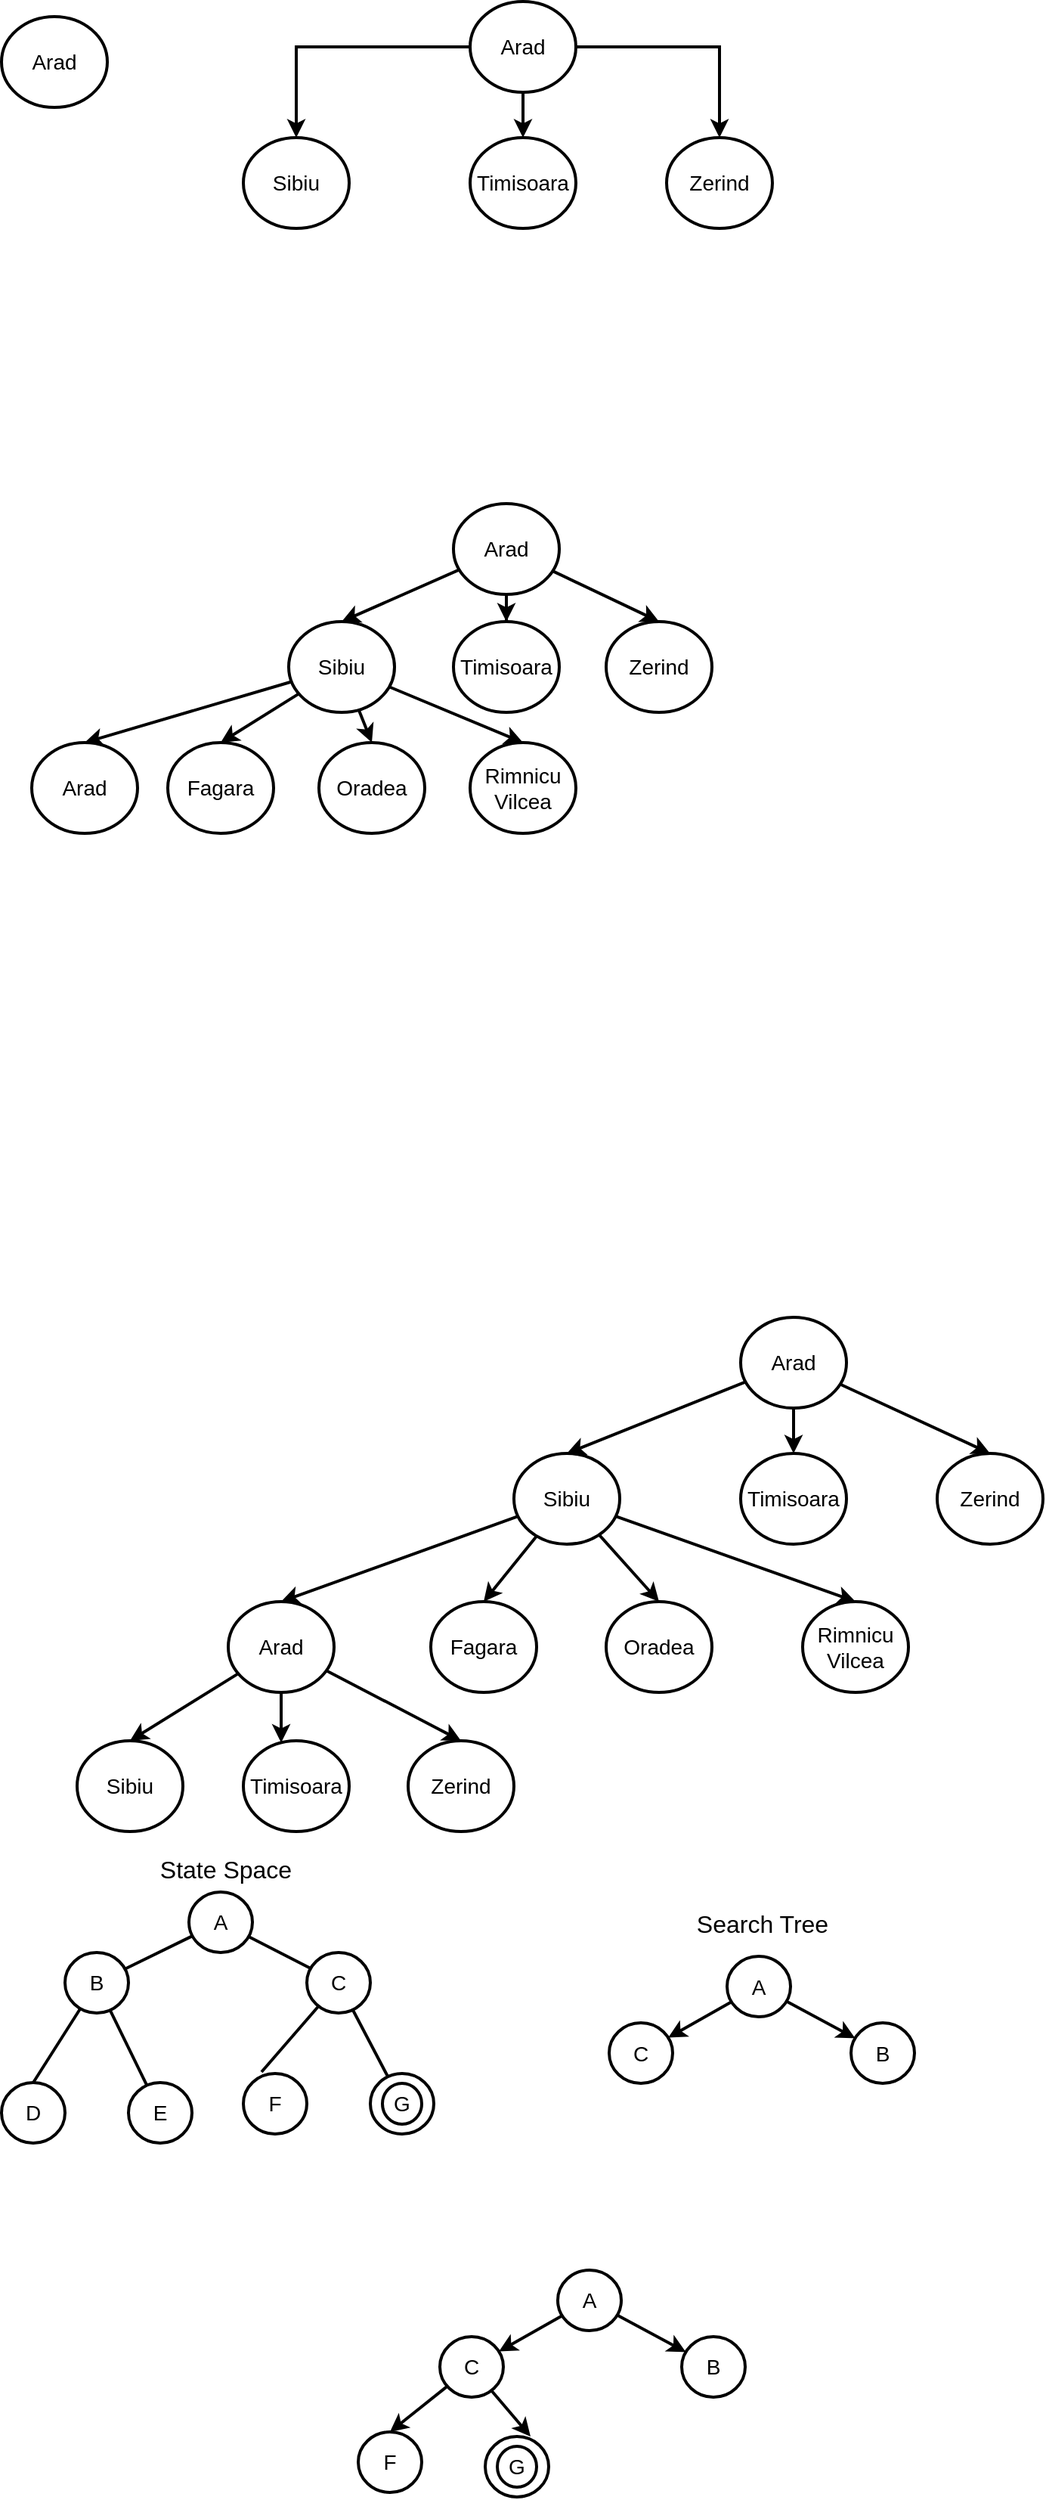
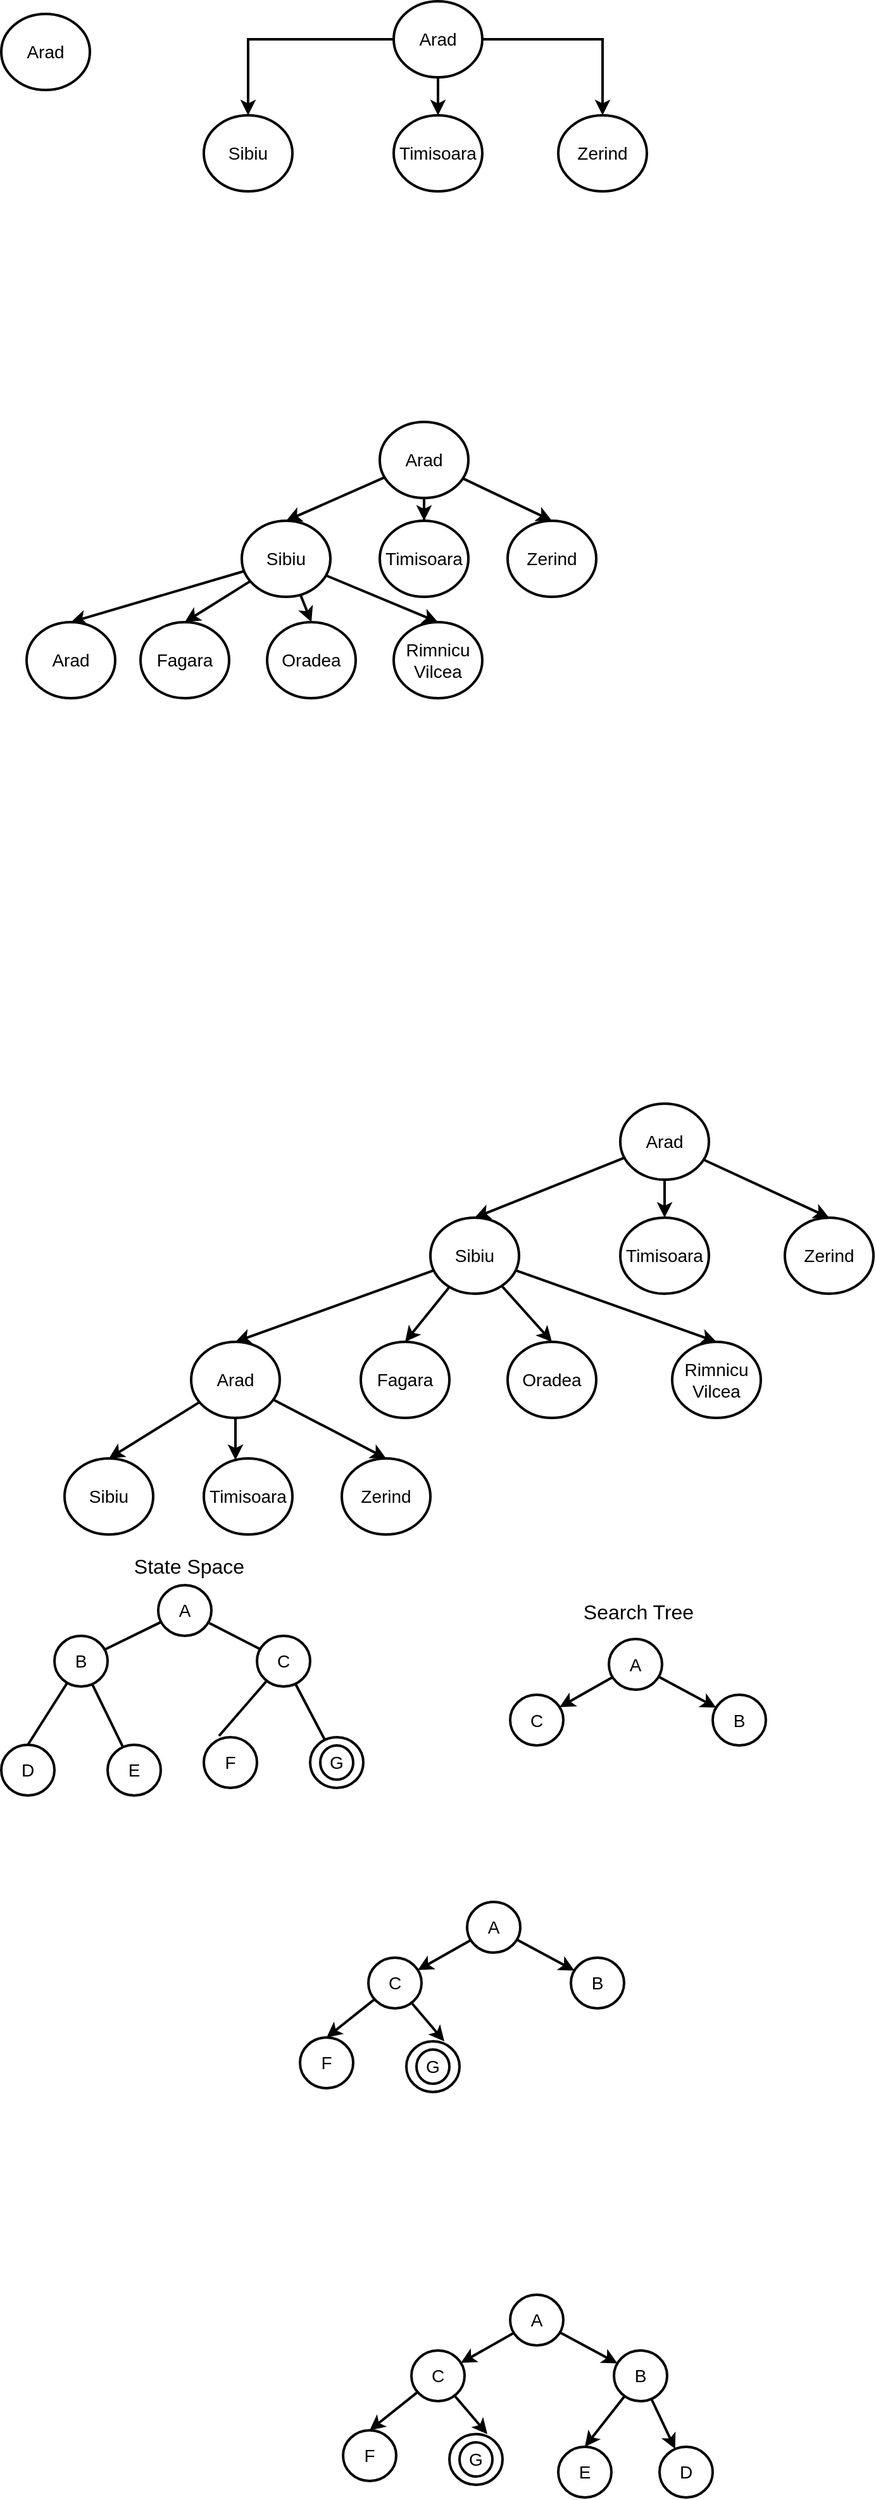
<mxfile host="app.diagrams.net">
  <diagram name="Page-1" id="BSzVWueWxRZ0f2yqvMc-">
    <mxGraphModel dx="525" dy="281" grid="1" gridSize="10" guides="0" tooltips="1" connect="1" arrows="1" fold="1" page="1" pageScale="1" pageWidth="850" pageHeight="1100" math="0" shadow="0">
      <root>
        <mxCell id="0" />
        <mxCell id="1" parent="0" />
        <mxCell id="DJkdPokyCSNuBn839fvl-1" parent="1" style="ellipse;whiteSpace=wrap;html=1;strokeWidth=2;fontSize=14;" value="Arad" vertex="1">
          <mxGeometry height="60" width="70" x="80" y="40" as="geometry" />
        </mxCell>
        <mxCell id="DJkdPokyCSNuBn839fvl-6" edge="1" parent="1" source="DJkdPokyCSNuBn839fvl-2" style="edgeStyle=orthogonalEdgeStyle;rounded=0;orthogonalLoop=1;jettySize=auto;html=1;entryX=0.5;entryY=0;entryDx=0;entryDy=0;strokeWidth=2;" target="DJkdPokyCSNuBn839fvl-3">
          <mxGeometry relative="1" as="geometry" />
        </mxCell>
        <mxCell id="DJkdPokyCSNuBn839fvl-7" edge="1" parent="1" source="DJkdPokyCSNuBn839fvl-2" style="edgeStyle=orthogonalEdgeStyle;rounded=0;orthogonalLoop=1;jettySize=auto;html=1;strokeWidth=2;" target="DJkdPokyCSNuBn839fvl-4" value="">
          <mxGeometry relative="1" as="geometry" />
        </mxCell>
        <mxCell id="DJkdPokyCSNuBn839fvl-8" edge="1" parent="1" source="DJkdPokyCSNuBn839fvl-2" style="edgeStyle=orthogonalEdgeStyle;rounded=0;orthogonalLoop=1;jettySize=auto;html=1;entryX=0.5;entryY=0;entryDx=0;entryDy=0;strokeWidth=2;" target="DJkdPokyCSNuBn839fvl-5">
          <mxGeometry relative="1" as="geometry" />
        </mxCell>
        <mxCell id="DJkdPokyCSNuBn839fvl-2" parent="1" style="ellipse;whiteSpace=wrap;html=1;strokeWidth=2;fontSize=14;" value="Arad" vertex="1">
          <mxGeometry height="60" width="70" x="390" y="30" as="geometry" />
        </mxCell>
        <mxCell id="DJkdPokyCSNuBn839fvl-3" parent="1" style="ellipse;whiteSpace=wrap;html=1;strokeWidth=2;fontSize=14;" value="Sibiu" vertex="1">
          <mxGeometry height="60" width="70" x="240" y="120" as="geometry" />
        </mxCell>
        <mxCell id="DJkdPokyCSNuBn839fvl-4" parent="1" style="ellipse;whiteSpace=wrap;html=1;strokeWidth=2;fontSize=14;" value="Timisoara" vertex="1">
          <mxGeometry height="60" width="70" x="390" y="120" as="geometry" />
        </mxCell>
        <mxCell id="DJkdPokyCSNuBn839fvl-5" parent="1" style="ellipse;whiteSpace=wrap;html=1;strokeWidth=2;fontSize=14;" value="Zerind" vertex="1">
          <mxGeometry height="60" width="70" x="520" y="120" as="geometry" />
        </mxCell>
        <mxCell id="DJkdPokyCSNuBn839fvl-9" edge="1" parent="1" source="DJkdPokyCSNuBn839fvl-12" style="rounded=0;orthogonalLoop=1;jettySize=auto;html=1;entryX=0.5;entryY=0;entryDx=0;entryDy=0;strokeWidth=2;" target="DJkdPokyCSNuBn839fvl-13">
          <mxGeometry relative="1" as="geometry" />
        </mxCell>
        <mxCell id="DJkdPokyCSNuBn839fvl-10" edge="1" parent="1" source="DJkdPokyCSNuBn839fvl-12" style="edgeStyle=orthogonalEdgeStyle;rounded=0;orthogonalLoop=1;jettySize=auto;html=1;strokeWidth=2;" target="DJkdPokyCSNuBn839fvl-14" value="">
          <mxGeometry relative="1" as="geometry" />
        </mxCell>
        <mxCell id="DJkdPokyCSNuBn839fvl-11" edge="1" parent="1" source="DJkdPokyCSNuBn839fvl-12" style="rounded=0;orthogonalLoop=1;jettySize=auto;html=1;entryX=0.5;entryY=0;entryDx=0;entryDy=0;strokeWidth=2;" target="DJkdPokyCSNuBn839fvl-15">
          <mxGeometry relative="1" as="geometry" />
        </mxCell>
        <mxCell id="DJkdPokyCSNuBn839fvl-12" parent="1" style="ellipse;whiteSpace=wrap;html=1;strokeWidth=2;fontSize=14;" value="Arad" vertex="1">
          <mxGeometry height="60" width="70" x="379" y="362" as="geometry" />
        </mxCell>
        <mxCell id="DJkdPokyCSNuBn839fvl-20" edge="1" parent="1" source="DJkdPokyCSNuBn839fvl-13" style="rounded=0;orthogonalLoop=1;jettySize=auto;html=1;entryX=0.5;entryY=0;entryDx=0;entryDy=0;strokeWidth=2;" target="DJkdPokyCSNuBn839fvl-16">
          <mxGeometry relative="1" as="geometry" />
        </mxCell>
        <mxCell id="DJkdPokyCSNuBn839fvl-22" edge="1" parent="1" source="DJkdPokyCSNuBn839fvl-13" style="rounded=0;orthogonalLoop=1;jettySize=auto;html=1;entryX=0.5;entryY=0;entryDx=0;entryDy=0;strokeWidth=2;" target="DJkdPokyCSNuBn839fvl-17">
          <mxGeometry relative="1" as="geometry" />
        </mxCell>
        <mxCell id="DJkdPokyCSNuBn839fvl-25" edge="1" parent="1" source="DJkdPokyCSNuBn839fvl-13" style="rounded=0;orthogonalLoop=1;jettySize=auto;html=1;entryX=0.5;entryY=0;entryDx=0;entryDy=0;strokeWidth=2;" target="DJkdPokyCSNuBn839fvl-19">
          <mxGeometry relative="1" as="geometry" />
        </mxCell>
        <mxCell id="DJkdPokyCSNuBn839fvl-26" edge="1" parent="1" source="DJkdPokyCSNuBn839fvl-13" style="rounded=0;orthogonalLoop=1;jettySize=auto;html=1;entryX=0.5;entryY=0;entryDx=0;entryDy=0;strokeWidth=2;" target="DJkdPokyCSNuBn839fvl-18">
          <mxGeometry relative="1" as="geometry" />
        </mxCell>
        <mxCell id="DJkdPokyCSNuBn839fvl-13" parent="1" style="ellipse;whiteSpace=wrap;html=1;strokeWidth=2;fontSize=14;" value="Sibiu" vertex="1">
          <mxGeometry height="60" width="70" x="270" y="440" as="geometry" />
        </mxCell>
        <mxCell id="DJkdPokyCSNuBn839fvl-14" parent="1" style="ellipse;whiteSpace=wrap;html=1;strokeWidth=2;fontSize=14;" value="Timisoara" vertex="1">
          <mxGeometry height="60" width="70" x="379" y="440" as="geometry" />
        </mxCell>
        <mxCell id="DJkdPokyCSNuBn839fvl-15" parent="1" style="ellipse;whiteSpace=wrap;html=1;strokeWidth=2;fontSize=14;" value="Zerind" vertex="1">
          <mxGeometry height="60" width="70" x="480" y="440" as="geometry" />
        </mxCell>
        <mxCell id="DJkdPokyCSNuBn839fvl-16" parent="1" style="ellipse;whiteSpace=wrap;html=1;strokeWidth=2;fontSize=14;" value="Arad" vertex="1">
          <mxGeometry height="60" width="70" x="100" y="520" as="geometry" />
        </mxCell>
        <mxCell id="DJkdPokyCSNuBn839fvl-17" parent="1" style="ellipse;whiteSpace=wrap;html=1;strokeWidth=2;fontSize=14;" value="Fagara" vertex="1">
          <mxGeometry height="60" width="70" x="190" y="520" as="geometry" />
        </mxCell>
        <mxCell id="DJkdPokyCSNuBn839fvl-18" parent="1" style="ellipse;whiteSpace=wrap;html=1;strokeWidth=2;fontSize=14;" value="Oradea" vertex="1">
          <mxGeometry height="60" width="70" x="290" y="520" as="geometry" />
        </mxCell>
        <mxCell id="DJkdPokyCSNuBn839fvl-19" parent="1" style="ellipse;whiteSpace=wrap;html=1;strokeWidth=2;fontSize=14;" value="Rimnicu Vilcea" vertex="1">
          <mxGeometry height="60" width="70" x="390" y="520" as="geometry" />
        </mxCell>
        <mxCell id="DJkdPokyCSNuBn839fvl-27" edge="1" parent="1" source="DJkdPokyCSNuBn839fvl-30" style="rounded=0;orthogonalLoop=1;jettySize=auto;html=1;entryX=0.5;entryY=0;entryDx=0;entryDy=0;strokeWidth=2;" target="DJkdPokyCSNuBn839fvl-35">
          <mxGeometry relative="1" as="geometry" />
        </mxCell>
        <mxCell id="DJkdPokyCSNuBn839fvl-28" edge="1" parent="1" source="DJkdPokyCSNuBn839fvl-30" style="edgeStyle=orthogonalEdgeStyle;rounded=0;orthogonalLoop=1;jettySize=auto;html=1;strokeWidth=2;" target="DJkdPokyCSNuBn839fvl-36" value="">
          <mxGeometry relative="1" as="geometry" />
        </mxCell>
        <mxCell id="DJkdPokyCSNuBn839fvl-29" edge="1" parent="1" source="DJkdPokyCSNuBn839fvl-30" style="rounded=0;orthogonalLoop=1;jettySize=auto;html=1;entryX=0.5;entryY=0;entryDx=0;entryDy=0;strokeWidth=2;" target="DJkdPokyCSNuBn839fvl-37">
          <mxGeometry relative="1" as="geometry" />
        </mxCell>
        <mxCell id="DJkdPokyCSNuBn839fvl-30" parent="1" style="ellipse;whiteSpace=wrap;html=1;strokeWidth=2;fontSize=14;" value="Arad" vertex="1">
          <mxGeometry height="60" width="70" x="569" y="900" as="geometry" />
        </mxCell>
        <mxCell id="DJkdPokyCSNuBn839fvl-31" edge="1" parent="1" source="DJkdPokyCSNuBn839fvl-35" style="rounded=0;orthogonalLoop=1;jettySize=auto;html=1;entryX=0.5;entryY=0;entryDx=0;entryDy=0;strokeWidth=2;" target="DJkdPokyCSNuBn839fvl-38">
          <mxGeometry relative="1" as="geometry" />
        </mxCell>
        <mxCell id="DJkdPokyCSNuBn839fvl-32" edge="1" parent="1" source="DJkdPokyCSNuBn839fvl-35" style="rounded=0;orthogonalLoop=1;jettySize=auto;html=1;entryX=0.5;entryY=0;entryDx=0;entryDy=0;strokeWidth=2;" target="DJkdPokyCSNuBn839fvl-39">
          <mxGeometry relative="1" as="geometry" />
        </mxCell>
        <mxCell id="DJkdPokyCSNuBn839fvl-33" edge="1" parent="1" source="DJkdPokyCSNuBn839fvl-35" style="rounded=0;orthogonalLoop=1;jettySize=auto;html=1;entryX=0.5;entryY=0;entryDx=0;entryDy=0;strokeWidth=2;" target="DJkdPokyCSNuBn839fvl-41">
          <mxGeometry relative="1" as="geometry" />
        </mxCell>
        <mxCell id="DJkdPokyCSNuBn839fvl-34" edge="1" parent="1" source="DJkdPokyCSNuBn839fvl-35" style="rounded=0;orthogonalLoop=1;jettySize=auto;html=1;entryX=0.5;entryY=0;entryDx=0;entryDy=0;strokeWidth=2;" target="DJkdPokyCSNuBn839fvl-40">
          <mxGeometry relative="1" as="geometry" />
        </mxCell>
        <mxCell id="DJkdPokyCSNuBn839fvl-35" parent="1" style="ellipse;whiteSpace=wrap;html=1;strokeWidth=2;fontSize=14;" value="Sibiu" vertex="1">
          <mxGeometry height="60" width="70" x="419" y="990" as="geometry" />
        </mxCell>
        <mxCell id="DJkdPokyCSNuBn839fvl-36" parent="1" style="ellipse;whiteSpace=wrap;html=1;strokeWidth=2;fontSize=14;" value="Timisoara" vertex="1">
          <mxGeometry height="60" width="70" x="569" y="990" as="geometry" />
        </mxCell>
        <mxCell id="DJkdPokyCSNuBn839fvl-37" parent="1" style="ellipse;whiteSpace=wrap;html=1;strokeWidth=2;fontSize=14;" value="Zerind" vertex="1">
          <mxGeometry height="60" width="70" x="699" y="990" as="geometry" />
        </mxCell>
        <mxCell id="DJkdPokyCSNuBn839fvl-45" edge="1" parent="1" source="DJkdPokyCSNuBn839fvl-38" style="rounded=0;orthogonalLoop=1;jettySize=auto;html=1;entryX=0.5;entryY=0;entryDx=0;entryDy=0;strokeWidth=2;" target="DJkdPokyCSNuBn839fvl-42">
          <mxGeometry relative="1" as="geometry" />
        </mxCell>
        <mxCell id="DJkdPokyCSNuBn839fvl-46" edge="1" parent="1" source="DJkdPokyCSNuBn839fvl-38" style="edgeStyle=orthogonalEdgeStyle;rounded=0;orthogonalLoop=1;jettySize=auto;html=1;strokeWidth=2;" target="DJkdPokyCSNuBn839fvl-43" value="">
          <mxGeometry relative="1" as="geometry">
            <Array as="points">
              <mxPoint x="265" y="1190" />
              <mxPoint x="265" y="1190" />
            </Array>
          </mxGeometry>
        </mxCell>
        <mxCell id="DJkdPokyCSNuBn839fvl-47" edge="1" parent="1" source="DJkdPokyCSNuBn839fvl-38" style="rounded=0;orthogonalLoop=1;jettySize=auto;html=1;entryX=0.5;entryY=0;entryDx=0;entryDy=0;strokeWidth=2;" target="DJkdPokyCSNuBn839fvl-44">
          <mxGeometry relative="1" as="geometry" />
        </mxCell>
        <mxCell id="DJkdPokyCSNuBn839fvl-38" parent="1" style="ellipse;whiteSpace=wrap;html=1;strokeWidth=2;fontSize=14;" value="Arad" vertex="1">
          <mxGeometry height="60" width="70" x="230" y="1088" as="geometry" />
        </mxCell>
        <mxCell id="DJkdPokyCSNuBn839fvl-39" parent="1" style="ellipse;whiteSpace=wrap;html=1;strokeWidth=2;fontSize=14;" value="Fagara" vertex="1">
          <mxGeometry height="60" width="70" x="364" y="1088" as="geometry" />
        </mxCell>
        <mxCell id="DJkdPokyCSNuBn839fvl-40" parent="1" style="ellipse;whiteSpace=wrap;html=1;strokeWidth=2;fontSize=14;" value="Oradea" vertex="1">
          <mxGeometry height="60" width="70" x="480" y="1088" as="geometry" />
        </mxCell>
        <mxCell id="DJkdPokyCSNuBn839fvl-41" parent="1" style="ellipse;whiteSpace=wrap;html=1;strokeWidth=2;fontSize=14;" value="Rimnicu Vilcea" vertex="1">
          <mxGeometry height="60" width="70" x="610" y="1088" as="geometry" />
        </mxCell>
        <mxCell id="DJkdPokyCSNuBn839fvl-42" parent="1" style="ellipse;whiteSpace=wrap;html=1;strokeWidth=2;fontSize=14;" value="Sibiu" vertex="1">
          <mxGeometry height="60" width="70" x="130" y="1180" as="geometry" />
        </mxCell>
        <mxCell id="DJkdPokyCSNuBn839fvl-43" parent="1" style="ellipse;whiteSpace=wrap;html=1;strokeWidth=2;fontSize=14;" value="Timisoara" vertex="1">
          <mxGeometry height="60" width="70" x="240" y="1180" as="geometry" />
        </mxCell>
        <mxCell id="DJkdPokyCSNuBn839fvl-44" parent="1" style="ellipse;whiteSpace=wrap;html=1;strokeWidth=2;fontSize=14;" value="Zerind" vertex="1">
          <mxGeometry height="60" width="70" x="349" y="1180" as="geometry" />
        </mxCell>
        <mxCell id="3aDSpglnKRdrbF7ndWlJ-9" edge="1" parent="1" source="3aDSpglnKRdrbF7ndWlJ-1" style="rounded=0;orthogonalLoop=1;jettySize=auto;html=1;strokeWidth=2;endArrow=none;endFill=0;" target="3aDSpglnKRdrbF7ndWlJ-2" value="">
          <mxGeometry relative="1" as="geometry" />
        </mxCell>
        <mxCell id="3aDSpglnKRdrbF7ndWlJ-10" edge="1" parent="1" source="3aDSpglnKRdrbF7ndWlJ-1" style="rounded=0;orthogonalLoop=1;jettySize=auto;html=1;strokeWidth=2;endArrow=none;endFill=0;" target="3aDSpglnKRdrbF7ndWlJ-3" value="">
          <mxGeometry relative="1" as="geometry" />
        </mxCell>
        <mxCell id="3aDSpglnKRdrbF7ndWlJ-1" parent="1" style="ellipse;whiteSpace=wrap;html=1;strokeWidth=2;fontSize=14;" value="A" vertex="1">
          <mxGeometry height="40" width="42" x="204" y="1280" as="geometry" />
        </mxCell>
        <mxCell id="3aDSpglnKRdrbF7ndWlJ-11" edge="1" parent="1" source="3aDSpglnKRdrbF7ndWlJ-2" style="rounded=0;orthogonalLoop=1;jettySize=auto;html=1;strokeWidth=2;endArrow=none;endFill=0;" target="3aDSpglnKRdrbF7ndWlJ-6" value="">
          <mxGeometry relative="1" as="geometry" />
        </mxCell>
        <mxCell id="3aDSpglnKRdrbF7ndWlJ-13" edge="1" parent="1" source="3aDSpglnKRdrbF7ndWlJ-2" style="rounded=0;orthogonalLoop=1;jettySize=auto;html=1;entryX=0.5;entryY=0;entryDx=0;entryDy=0;strokeWidth=2;endArrow=none;endFill=0;" target="3aDSpglnKRdrbF7ndWlJ-5">
          <mxGeometry relative="1" as="geometry" />
        </mxCell>
        <mxCell id="3aDSpglnKRdrbF7ndWlJ-2" parent="1" style="ellipse;whiteSpace=wrap;html=1;strokeWidth=2;fontSize=14;" value="B" vertex="1">
          <mxGeometry height="40" width="42" x="122" y="1320" as="geometry" />
        </mxCell>
        <mxCell id="3aDSpglnKRdrbF7ndWlJ-14" edge="1" parent="1" source="3aDSpglnKRdrbF7ndWlJ-3" style="rounded=0;orthogonalLoop=1;jettySize=auto;html=1;strokeWidth=2;endArrow=none;endFill=0;" target="3aDSpglnKRdrbF7ndWlJ-7" value="">
          <mxGeometry relative="1" as="geometry" />
        </mxCell>
        <mxCell id="3aDSpglnKRdrbF7ndWlJ-3" parent="1" style="ellipse;whiteSpace=wrap;html=1;strokeWidth=2;fontSize=14;" value="C" vertex="1">
          <mxGeometry height="40" width="42" x="282" y="1320" as="geometry" />
        </mxCell>
        <mxCell id="3aDSpglnKRdrbF7ndWlJ-4" parent="1" style="ellipse;whiteSpace=wrap;html=1;strokeWidth=2;fontSize=14;" value="F" vertex="1">
          <mxGeometry height="40" width="42" x="240" y="1400" as="geometry" />
        </mxCell>
        <mxCell id="3aDSpglnKRdrbF7ndWlJ-5" parent="1" style="ellipse;whiteSpace=wrap;html=1;strokeWidth=2;fontSize=14;" value="D" vertex="1">
          <mxGeometry height="40" width="42" x="80" y="1406" as="geometry" />
        </mxCell>
        <mxCell id="3aDSpglnKRdrbF7ndWlJ-6" parent="1" style="ellipse;whiteSpace=wrap;html=1;strokeWidth=2;fontSize=14;" value="E" vertex="1">
          <mxGeometry height="40" width="42" x="164" y="1406" as="geometry" />
        </mxCell>
        <mxCell id="3aDSpglnKRdrbF7ndWlJ-7" parent="1" style="ellipse;whiteSpace=wrap;html=1;strokeWidth=2;fontSize=14;" value="" vertex="1">
          <mxGeometry height="40" width="42" x="324" y="1400" as="geometry" />
        </mxCell>
        <mxCell id="3aDSpglnKRdrbF7ndWlJ-15" edge="1" parent="1" source="3aDSpglnKRdrbF7ndWlJ-3" style="rounded=0;orthogonalLoop=1;jettySize=auto;html=1;entryX=0.286;entryY=-0.025;entryDx=0;entryDy=0;entryPerimeter=0;strokeWidth=2;endArrow=none;endFill=0;" target="3aDSpglnKRdrbF7ndWlJ-4">
          <mxGeometry relative="1" as="geometry" />
        </mxCell>
        <mxCell id="3aDSpglnKRdrbF7ndWlJ-16" parent="1" style="text;html=1;whiteSpace=wrap;strokeColor=none;fillColor=none;align=center;verticalAlign=middle;rounded=0;fontSize=16;" value="State Space" vertex="1">
          <mxGeometry height="30" width="95" x="181" y="1250" as="geometry" />
        </mxCell>
        <mxCell id="3aDSpglnKRdrbF7ndWlJ-17" parent="1" style="ellipse;whiteSpace=wrap;html=1;strokeWidth=2;fontSize=14;" value="G" vertex="1">
          <mxGeometry height="27" width="26" x="332" y="1406.5" as="geometry" />
        </mxCell>
        <mxCell id="3aDSpglnKRdrbF7ndWlJ-22" edge="1" parent="1" source="3aDSpglnKRdrbF7ndWlJ-18" style="rounded=0;orthogonalLoop=1;jettySize=auto;html=1;strokeWidth=2;" target="3aDSpglnKRdrbF7ndWlJ-20" value="">
          <mxGeometry relative="1" as="geometry" />
        </mxCell>
        <mxCell id="3aDSpglnKRdrbF7ndWlJ-23" edge="1" parent="1" source="3aDSpglnKRdrbF7ndWlJ-18" style="rounded=0;orthogonalLoop=1;jettySize=auto;html=1;strokeWidth=2;" target="3aDSpglnKRdrbF7ndWlJ-21" value="">
          <mxGeometry relative="1" as="geometry" />
        </mxCell>
        <mxCell id="3aDSpglnKRdrbF7ndWlJ-18" parent="1" style="ellipse;whiteSpace=wrap;html=1;strokeWidth=2;fontSize=14;" value="A" vertex="1">
          <mxGeometry height="40" width="42" x="560" y="1322.5" as="geometry" />
        </mxCell>
        <mxCell id="3aDSpglnKRdrbF7ndWlJ-19" parent="1" style="text;html=1;whiteSpace=wrap;strokeColor=none;fillColor=none;align=center;verticalAlign=middle;rounded=0;fontSize=16;" value="Search Tree" vertex="1">
          <mxGeometry height="30" width="95" x="535.5" y="1285.5" as="geometry" />
        </mxCell>
        <mxCell id="3aDSpglnKRdrbF7ndWlJ-20" parent="1" style="ellipse;whiteSpace=wrap;html=1;strokeWidth=2;fontSize=14;" value="C" vertex="1">
          <mxGeometry height="40" width="42" x="482" y="1366.5" as="geometry" />
        </mxCell>
        <mxCell id="3aDSpglnKRdrbF7ndWlJ-21" parent="1" style="ellipse;whiteSpace=wrap;html=1;strokeWidth=2;fontSize=14;" value="B" vertex="1">
          <mxGeometry height="40" width="42" x="642" y="1366.5" as="geometry" />
        </mxCell>
        <mxCell id="leJ_CQFsEEDb8NTlPus--1" edge="1" parent="1" source="leJ_CQFsEEDb8NTlPus--3" style="rounded=0;orthogonalLoop=1;jettySize=auto;html=1;strokeWidth=2;" target="leJ_CQFsEEDb8NTlPus--4" value="">
          <mxGeometry relative="1" as="geometry" />
        </mxCell>
        <mxCell id="leJ_CQFsEEDb8NTlPus--2" edge="1" parent="1" source="leJ_CQFsEEDb8NTlPus--3" style="rounded=0;orthogonalLoop=1;jettySize=auto;html=1;strokeWidth=2;" target="leJ_CQFsEEDb8NTlPus--5" value="">
          <mxGeometry relative="1" as="geometry" />
        </mxCell>
        <mxCell id="leJ_CQFsEEDb8NTlPus--3" parent="1" style="ellipse;whiteSpace=wrap;html=1;strokeWidth=2;fontSize=14;" value="A" vertex="1">
          <mxGeometry height="40" width="42" x="448" y="1530" as="geometry" />
        </mxCell>
        <mxCell id="leJ_CQFsEEDb8NTlPus--9" edge="1" parent="1" source="leJ_CQFsEEDb8NTlPus--4" style="rounded=0;orthogonalLoop=1;jettySize=auto;html=1;entryX=0.5;entryY=0;entryDx=0;entryDy=0;strokeWidth=2;" target="leJ_CQFsEEDb8NTlPus--6">
          <mxGeometry relative="1" as="geometry" />
        </mxCell>
        <mxCell id="leJ_CQFsEEDb8NTlPus--4" parent="1" style="ellipse;whiteSpace=wrap;html=1;strokeWidth=2;fontSize=14;" value="C" vertex="1">
          <mxGeometry height="40" width="42" x="370" y="1574" as="geometry" />
        </mxCell>
        <mxCell id="leJ_CQFsEEDb8NTlPus--5" parent="1" style="ellipse;whiteSpace=wrap;html=1;strokeWidth=2;fontSize=14;" value="B" vertex="1">
          <mxGeometry height="40" width="42" x="530" y="1574" as="geometry" />
        </mxCell>
        <mxCell id="leJ_CQFsEEDb8NTlPus--6" parent="1" style="ellipse;whiteSpace=wrap;html=1;strokeWidth=2;fontSize=14;" value="F" vertex="1">
          <mxGeometry height="40" width="42" x="316" y="1637" as="geometry" />
        </mxCell>
        <mxCell id="leJ_CQFsEEDb8NTlPus--8" parent="1" style="ellipse;whiteSpace=wrap;html=1;strokeWidth=2;fontSize=14;" value="" vertex="1">
          <mxGeometry height="40" width="42" x="400" y="1640" as="geometry" />
        </mxCell>
        <mxCell id="leJ_CQFsEEDb8NTlPus--7" parent="1" style="ellipse;whiteSpace=wrap;html=1;strokeWidth=2;fontSize=14;" value="G" vertex="1">
          <mxGeometry height="27" width="26" x="408" y="1646.5" as="geometry" />
        </mxCell>
        <mxCell id="leJ_CQFsEEDb8NTlPus--10" edge="1" parent="1" source="leJ_CQFsEEDb8NTlPus--4" style="rounded=0;orthogonalLoop=1;jettySize=auto;html=1;entryX=0.714;entryY=0;entryDx=0;entryDy=0;entryPerimeter=0;strokeWidth=2;" target="leJ_CQFsEEDb8NTlPus--8">
          <mxGeometry relative="1" as="geometry" />
        </mxCell>
+         <mxCell id="leJ_CQFsEEDb8NTlPus--11" edge="1" parent="1" source="leJ_CQFsEEDb8NTlPus--13" style="rounded=0;orthogonalLoop=1;jettySize=auto;html=1;strokeWidth=2;" target="leJ_CQFsEEDb8NTlPus--15" value="">
+           <mxGeometry relative="1" as="geometry" />
+         </mxCell>
+         <mxCell id="leJ_CQFsEEDb8NTlPus--12" edge="1" parent="1" source="leJ_CQFsEEDb8NTlPus--13" style="rounded=0;orthogonalLoop=1;jettySize=auto;html=1;strokeWidth=2;" target="leJ_CQFsEEDb8NTlPus--16" value="">
+           <mxGeometry relative="1" as="geometry" />
+         </mxCell>
+         <mxCell id="leJ_CQFsEEDb8NTlPus--13" parent="1" style="ellipse;whiteSpace=wrap;html=1;strokeWidth=2;fontSize=14;" value="A" vertex="1">
+           <mxGeometry height="40" width="42" x="482" y="1840" as="geometry" />
+         </mxCell>
+         <mxCell id="leJ_CQFsEEDb8NTlPus--14" edge="1" parent="1" source="leJ_CQFsEEDb8NTlPus--15" style="rounded=0;orthogonalLoop=1;jettySize=auto;html=1;entryX=0.5;entryY=0;entryDx=0;entryDy=0;strokeWidth=2;" target="leJ_CQFsEEDb8NTlPus--17">
+           <mxGeometry relative="1" as="geometry" />
+         </mxCell>
+         <mxCell id="leJ_CQFsEEDb8NTlPus--15" parent="1" style="ellipse;whiteSpace=wrap;html=1;strokeWidth=2;fontSize=14;" value="C" vertex="1">
+           <mxGeometry height="40" width="42" x="404" y="1884" as="geometry" />
+         </mxCell>
+         <mxCell id="leJ_CQFsEEDb8NTlPus--23" edge="1" parent="1" source="leJ_CQFsEEDb8NTlPus--16" style="rounded=0;orthogonalLoop=1;jettySize=auto;html=1;strokeWidth=2;" target="leJ_CQFsEEDb8NTlPus--22" value="">
+           <mxGeometry relative="1" as="geometry" />
+         </mxCell>
+         <mxCell id="leJ_CQFsEEDb8NTlPus--24" edge="1" parent="1" source="leJ_CQFsEEDb8NTlPus--16" style="rounded=0;orthogonalLoop=1;jettySize=auto;html=1;entryX=0.5;entryY=0;entryDx=0;entryDy=0;strokeWidth=2;" target="leJ_CQFsEEDb8NTlPus--21">
+           <mxGeometry relative="1" as="geometry" />
+         </mxCell>
+         <mxCell id="leJ_CQFsEEDb8NTlPus--16" parent="1" style="ellipse;whiteSpace=wrap;html=1;strokeWidth=2;fontSize=14;" value="B" vertex="1">
+           <mxGeometry height="40" width="42" x="564" y="1884" as="geometry" />
+         </mxCell>
+         <mxCell id="leJ_CQFsEEDb8NTlPus--17" parent="1" style="ellipse;whiteSpace=wrap;html=1;strokeWidth=2;fontSize=14;" value="F" vertex="1">
+           <mxGeometry height="40" width="42" x="350" y="1947" as="geometry" />
+         </mxCell>
+         <mxCell id="leJ_CQFsEEDb8NTlPus--18" parent="1" style="ellipse;whiteSpace=wrap;html=1;strokeWidth=2;fontSize=14;" value="" vertex="1">
+           <mxGeometry height="40" width="42" x="434" y="1950" as="geometry" />
+         </mxCell>
+         <mxCell id="leJ_CQFsEEDb8NTlPus--19" parent="1" style="ellipse;whiteSpace=wrap;html=1;strokeWidth=2;fontSize=14;" value="G" vertex="1">
+           <mxGeometry height="27" width="26" x="442" y="1956.5" as="geometry" />
+         </mxCell>
+         <mxCell id="leJ_CQFsEEDb8NTlPus--20" edge="1" parent="1" source="leJ_CQFsEEDb8NTlPus--15" style="rounded=0;orthogonalLoop=1;jettySize=auto;html=1;entryX=0.714;entryY=0;entryDx=0;entryDy=0;entryPerimeter=0;strokeWidth=2;" target="leJ_CQFsEEDb8NTlPus--18">
+           <mxGeometry relative="1" as="geometry" />
+         </mxCell>
+         <mxCell id="leJ_CQFsEEDb8NTlPus--21" parent="1" style="ellipse;whiteSpace=wrap;html=1;strokeWidth=2;fontSize=14;" value="E" vertex="1">
+           <mxGeometry height="40" width="42" x="520" y="1960" as="geometry" />
+         </mxCell>
+         <mxCell id="leJ_CQFsEEDb8NTlPus--22" parent="1" style="ellipse;whiteSpace=wrap;html=1;strokeWidth=2;fontSize=14;" value="D" vertex="1">
+           <mxGeometry height="40" width="42" x="600" y="1960" as="geometry" />
+         </mxCell>
      </root>
    </mxGraphModel>
  </diagram>
</mxfile>
